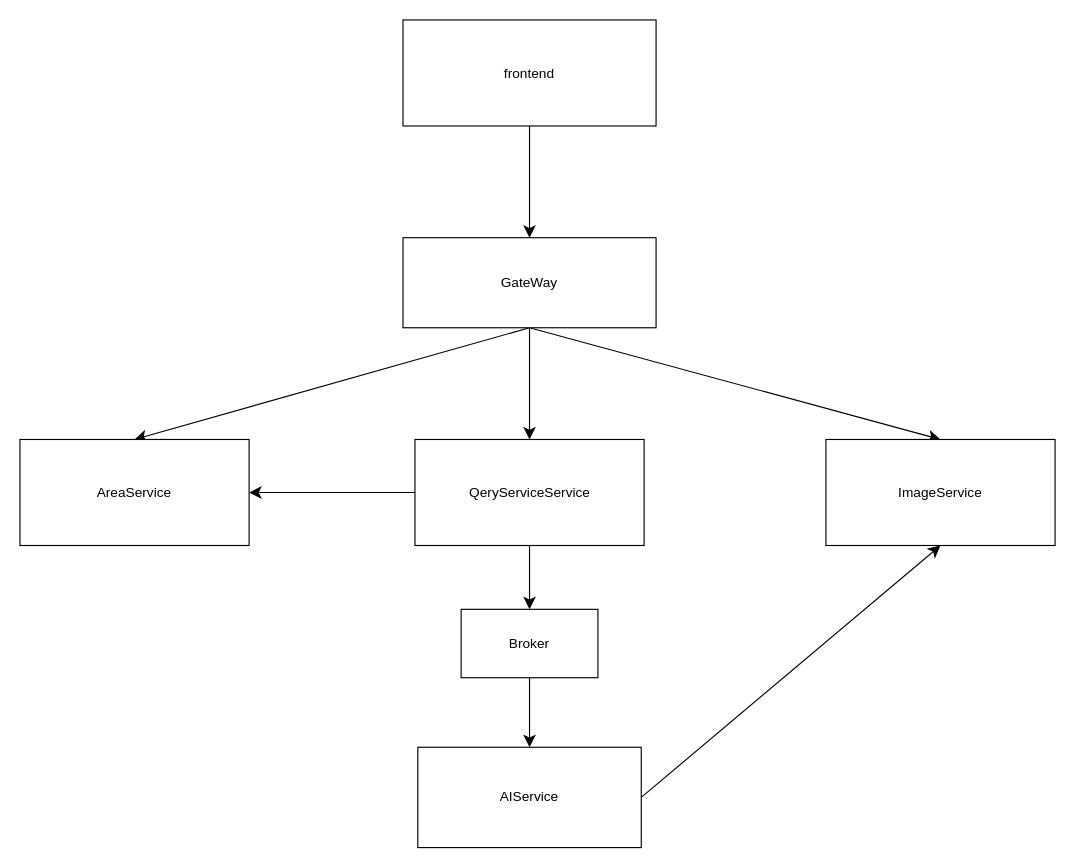
This is page "Services" (1 of 4) of projects/accelerator-prototype.drawio from 48-iq/drawIo, a draw.io file, before an edit. Source tidied: cells renumbered, new cells numbered last; positions are measured from the earlier drawing's top-left corner, leaving out a move shared by most shapes. Both pictures are drawn from the tidied source at 114%, with x=0, y=0 at pixel (19, 19).
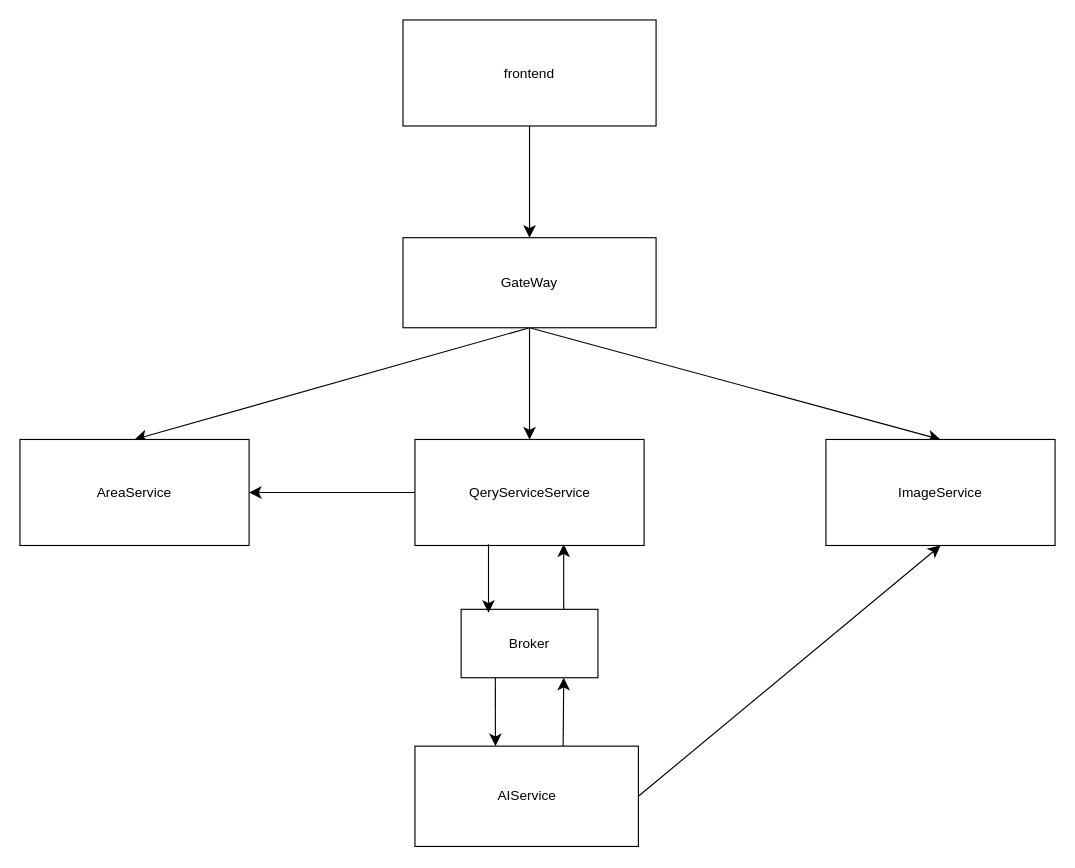
The same page after the edit.

Diff of the diagram source:
```diff
@@
 <mxGraphModel>
   <root>
     <mxCell id="0" />
     <mxCell id="1" parent="0" />
     <mxCell id="2" style="edgeStyle=none;curved=1;rounded=0;jettySize=auto;html=1;exitX=0.5;exitY=1;exitDx=0;exitDy=0;entryX=0.5;entryY=0;entryDx=0;entryDy=0;fontSize=12;startSize=8;endSize=8;" parent="1" edge="1" source="3" target="7">
       <mxGeometry relative="1" as="geometry" />
     </mxCell>
     <mxCell id="3" value="frontend" style="rounded=0;whiteSpace=wrap;html=1;" parent="1" vertex="1">
       <mxGeometry x="336" width="222" height="93" as="geometry" />
     </mxCell>
     <mxCell id="4" style="edgeStyle=none;curved=1;rounded=0;jettySize=auto;html=1;exitX=0.5;exitY=1;exitDx=0;exitDy=0;entryX=0.5;entryY=0;entryDx=0;entryDy=0;fontSize=12;startSize=8;endSize=8;" parent="1" edge="1" source="7" target="8">
       <mxGeometry relative="1" as="geometry" />
     </mxCell>
     <mxCell id="5" style="edgeStyle=none;curved=1;rounded=0;jettySize=auto;html=1;exitX=0.5;exitY=1;exitDx=0;exitDy=0;entryX=0.5;entryY=0;entryDx=0;entryDy=0;fontSize=12;startSize=8;endSize=8;" parent="1" edge="1" source="7" target="11">
       <mxGeometry relative="1" as="geometry" />
     </mxCell>
     <mxCell id="6" style="edgeStyle=none;curved=1;rounded=0;jettySize=auto;html=1;exitX=0.5;exitY=1;exitDx=0;exitDy=0;entryX=0.5;entryY=0;entryDx=0;entryDy=0;fontSize=12;startSize=8;endSize=8;" parent="1" edge="1" source="7" target="12">
       <mxGeometry relative="1" as="geometry" />
     </mxCell>
     <mxCell id="7" value="GateWay" style="rounded=0;whiteSpace=wrap;html=1;" parent="1" vertex="1">
       <mxGeometry x="336" y="191" width="222" height="79" as="geometry" />
     </mxCell>
     <mxCell id="8" value="AreaService" style="rounded=0;whiteSpace=wrap;html=1;" parent="1" vertex="1">
       <mxGeometry y="368" width="201" height="93" as="geometry" />
     </mxCell>
     <mxCell id="9" style="edgeStyle=none;curved=1;rounded=0;jettySize=auto;html=1;exitX=0;exitY=0.5;exitDx=0;exitDy=0;entryX=1;entryY=0.5;entryDx=0;entryDy=0;fontSize=12;startSize=8;endSize=8;" parent="1" edge="1" source="11" target="8">
       <mxGeometry relative="1" as="geometry" />
     </mxCell>
-    <mxCell id="10" style="edgeStyle=none;curved=1;rounded=0;jettySize=auto;html=1;exitX=0.5;exitY=1;exitDx=0;exitDy=0;entryX=0.5;entryY=0;entryDx=0;entryDy=0;fontSize=12;startSize=8;endSize=8;" parent="1" edge="1" source="11" target="16">
-      <mxGeometry relative="1" as="geometry" />
-    </mxCell>
     <mxCell id="11" value="QeryServiceService" style="rounded=0;whiteSpace=wrap;html=1;" parent="1" vertex="1">
       <mxGeometry x="346.5" y="368" width="201" height="93" as="geometry" />
     </mxCell>
     <mxCell id="12" value="ImageService" style="rounded=0;whiteSpace=wrap;html=1;" parent="1" vertex="1">
       <mxGeometry x="707" y="368" width="201" height="93" as="geometry" />
     </mxCell>
     <mxCell id="13" style="edgeStyle=none;curved=1;rounded=0;jettySize=auto;html=1;exitX=1;exitY=0.5;exitDx=0;exitDy=0;entryX=0.5;entryY=1;entryDx=0;entryDy=0;fontSize=12;startSize=8;endSize=8;" parent="1" edge="1" source="14" target="12">
       <mxGeometry relative="1" as="geometry" />
     </mxCell>
+    <mxCell id="17" style="edgeStyle=none;curved=1;rounded=0;jettySize=auto;html=1;exitX=0.663;exitY=0.023;exitDx=0;exitDy=0;entryX=0.75;entryY=1;entryDx=0;entryDy=0;fontSize=12;startSize=8;endSize=8;exitPerimeter=0;" parent="1" edge="1" source="14" target="16">
+      <mxGeometry relative="1" as="geometry" />
+    </mxCell>
     <mxCell id="14" value="AIService" style="rounded=0;whiteSpace=wrap;html=1;" parent="1" vertex="1">
-      <mxGeometry x="349" y="638" width="196" height="88" as="geometry" />
+      <mxGeometry x="346.5" y="637" width="196" height="88" as="geometry" />
     </mxCell>
-    <mxCell id="15" style="edgeStyle=none;curved=1;rounded=0;jettySize=auto;html=1;exitX=0.5;exitY=1;exitDx=0;exitDy=0;entryX=0.5;entryY=0;entryDx=0;entryDy=0;fontSize=12;startSize=8;endSize=8;" parent="1" edge="1" source="16" target="14">
+    <mxCell id="15" style="edgeStyle=none;curved=1;rounded=0;jettySize=auto;html=1;exitX=0.25;exitY=1;exitDx=0;exitDy=0;entryX=0.36;entryY=0;entryDx=0;entryDy=0;fontSize=12;startSize=8;endSize=8;entryPerimeter=0;" parent="1" edge="1" source="16" target="14">
       <mxGeometry relative="1" as="geometry" />
     </mxCell>
     <mxCell id="16" value="Broker" style="rounded=0;whiteSpace=wrap;html=1;" parent="1" vertex="1">
       <mxGeometry x="387" y="517" width="120" height="60" as="geometry" />
     </mxCell>
+    <mxCell id="10" style="edgeStyle=none;curved=1;rounded=0;jettySize=auto;html=1;exitX=0.321;exitY=0.989;exitDx=0;exitDy=0;entryX=0.2;entryY=0.05;entryDx=0;entryDy=0;entryPerimeter=0;fontSize=12;startSize=8;endSize=8;exitPerimeter=0;" parent="1" edge="1" source="11" target="16">
+      <mxGeometry relative="1" as="geometry" />
+    </mxCell>
+    <mxCell id="18" style="edgeStyle=none;curved=1;rounded=0;jettySize=auto;html=1;exitX=0.75;exitY=0;exitDx=0;exitDy=0;entryX=0.649;entryY=0.989;entryDx=0;entryDy=0;entryPerimeter=0;fontSize=12;startSize=8;endSize=8;" parent="1" edge="1" source="16" target="11">
+      <mxGeometry relative="1" as="geometry" />
+    </mxCell>
   </root>
 </mxGraphModel>
```
